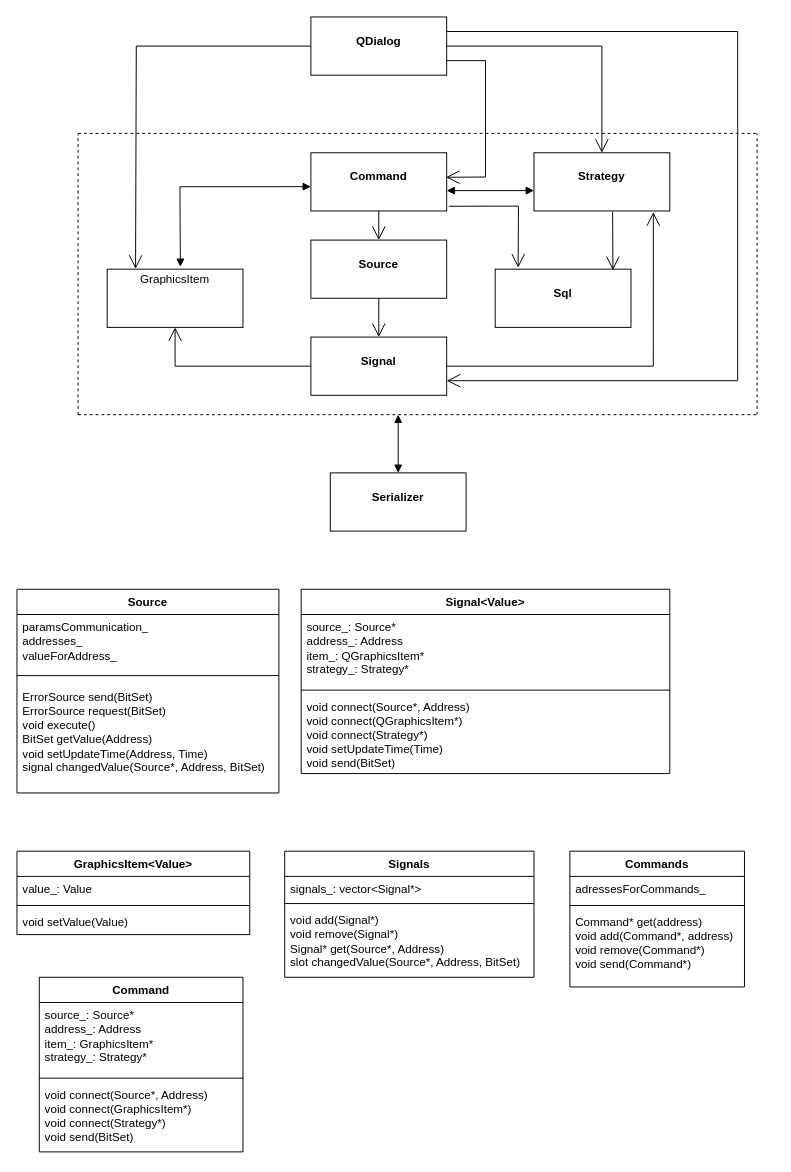
Before: Total structure.drawio in AleksandrMuratov/ScadaMAS, a draw.io diagram. Source tidied: cells renumbered, new cells numbered last; positions are measured from the earlier drawing's top-left corner, leaving out a move shared by most shapes. Both pictures are drawn from the tidied source at 97%, with x=0, y=0 at pixel (16, 16).
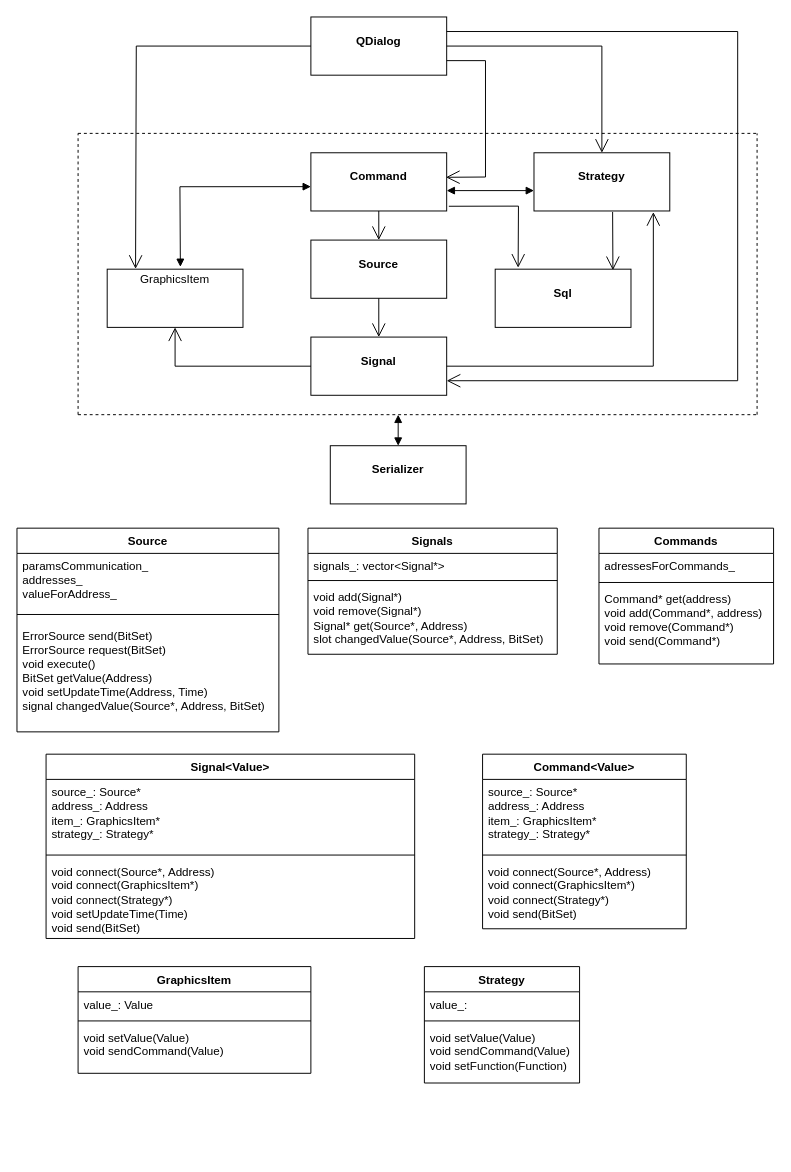
After the change.

Change to the diagram source:
```diff
@@
     <mxCell id="24" value="&lt;p style=&quot;margin:0px;margin-top:4px;text-align:center;&quot;&gt;&lt;br&gt;&lt;b&gt;Serializer&lt;/b&gt;&lt;/p&gt;" style="verticalAlign=top;align=left;overflow=fill;html=1;whiteSpace=wrap;" parent="1" vertex="1">
-      <mxGeometry x="323" y="470" width="140" height="60" as="geometry" />
+      <mxGeometry x="323" y="442" width="140" height="60" as="geometry" />
     </mxCell>
@@
     <mxCell id="27" value="Source" style="swimlane;fontStyle=1;align=center;verticalAlign=top;horizontal=1;startSize=26;whiteSpace=wrap;html=1;" parent="1" vertex="1">
-      <mxGeometry y="590" width="270" height="210" as="geometry" />
+      <mxGeometry y="527" width="270" height="210" as="geometry" />
     </mxCell>
@@
-    <mxCell id="31" value="GraphicsItem&amp;lt;Value&amp;gt;" style="swimlane;fontStyle=1;align=center;verticalAlign=top;horizontal=1;startSize=26;whiteSpace=wrap;html=1;" parent="1" vertex="1">
-      <mxGeometry y="860" width="240" height="86" as="geometry" />
+    <mxCell id="31" value="GraphicsItem" style="swimlane;fontStyle=1;align=center;verticalAlign=top;horizontal=1;startSize=26;whiteSpace=wrap;html=1;" parent="1" vertex="1">
+      <mxGeometry x="63" y="979" width="240" height="110" as="geometry" />
     </mxCell>
@@
-    <mxCell id="34" value="void setValue(Value)" style="text;strokeColor=none;fillColor=none;align=left;verticalAlign=top;spacingLeft=4;spacingRight=4;overflow=hidden;whiteSpace=wrap;html=1;" parent="31" vertex="1">
-      <mxGeometry y="60" width="240" height="26" as="geometry" />
+    <mxCell id="34" value="void setValue(Value)&lt;div&gt;void sendCommand(Value)&lt;/div&gt;" style="text;strokeColor=none;fillColor=none;align=left;verticalAlign=top;spacingLeft=4;spacingRight=4;overflow=hidden;whiteSpace=wrap;html=1;" parent="31" vertex="1">
+      <mxGeometry y="60" width="240" height="50" as="geometry" />
     </mxCell>
     <mxCell id="35" value="Commands" style="swimlane;fontStyle=1;align=center;verticalAlign=top;horizontal=1;startSize=26;whiteSpace=wrap;html=1;" parent="1" vertex="1">
-      <mxGeometry x="570" y="860" width="180" height="140" as="geometry" />
+      <mxGeometry x="600" y="527" width="180" height="140" as="geometry" />
     </mxCell>
@@
     <mxCell id="39" value="Signal&amp;lt;Value&amp;gt;" style="swimlane;fontStyle=1;align=center;verticalAlign=top;horizontal=1;startSize=26;whiteSpace=wrap;html=1;" parent="1" vertex="1">
-      <mxGeometry x="293" y="590" width="380" height="190" as="geometry" />
+      <mxGeometry x="30" y="760" width="380" height="190" as="geometry" />
     </mxCell>
-    <mxCell id="40" value="source_: Source*&lt;div&gt;address_: Address&lt;/div&gt;&lt;div&gt;item_: QGraphicsItem*&lt;/div&gt;&lt;div&gt;strategy_: Strategy*&lt;/div&gt;" style="text;strokeColor=none;fillColor=none;align=left;verticalAlign=top;spacingLeft=4;spacingRight=4;overflow=hidden;whiteSpace=wrap;html=1;" parent="39" vertex="1">
+    <mxCell id="40" value="source_: Source*&lt;div&gt;address_: Address&lt;/div&gt;&lt;div&gt;item_: GraphicsItem*&lt;/div&gt;&lt;div&gt;strategy_: Strategy*&lt;/div&gt;" style="text;strokeColor=none;fillColor=none;align=left;verticalAlign=top;spacingLeft=4;spacingRight=4;overflow=hidden;whiteSpace=wrap;html=1;" parent="39" vertex="1">
       <mxGeometry y="26" width="380" height="74" as="geometry" />
     </mxCell>
@@
-    <mxCell id="42" value="void connect(Source*, Address)&lt;div&gt;void connect(QGraphicsItem*)&lt;/div&gt;&lt;div&gt;void connect(Strategy*)&lt;/div&gt;&lt;div&gt;void setUpdateTime(Time)&lt;/div&gt;&lt;div&gt;void send(BitSet)&lt;/div&gt;" style="text;strokeColor=none;fillColor=none;align=left;verticalAlign=top;spacingLeft=4;spacingRight=4;overflow=hidden;whiteSpace=wrap;html=1;" parent="39" vertex="1">
+    <mxCell id="42" value="void connect(Source*, Address)&lt;div&gt;void connect(GraphicsItem*)&lt;/div&gt;&lt;div&gt;void connect(Strategy*)&lt;/div&gt;&lt;div&gt;void setUpdateTime(Time)&lt;/div&gt;&lt;div&gt;void send(BitSet)&lt;/div&gt;" style="text;strokeColor=none;fillColor=none;align=left;verticalAlign=top;spacingLeft=4;spacingRight=4;overflow=hidden;whiteSpace=wrap;html=1;" parent="39" vertex="1">
       <mxGeometry y="108" width="380" height="82" as="geometry" />
     </mxCell>
     <mxCell id="43" value="Signals" style="swimlane;fontStyle=1;align=center;verticalAlign=top;horizontal=1;startSize=26;whiteSpace=wrap;html=1;" parent="1" vertex="1">
-      <mxGeometry x="276" y="860" width="257" height="130" as="geometry" />
+      <mxGeometry x="300" y="527" width="257" height="130" as="geometry" />
     </mxCell>
@@
-    <mxCell id="47" value="Command" style="swimlane;fontStyle=1;align=center;verticalAlign=top;horizontal=1;startSize=26;whiteSpace=wrap;html=1;" parent="1" vertex="1">
-      <mxGeometry x="23" y="990" width="210" height="180" as="geometry" />
+    <mxCell id="47" value="Command&amp;lt;Value&amp;gt;" style="swimlane;fontStyle=1;align=center;verticalAlign=top;horizontal=1;startSize=26;whiteSpace=wrap;html=1;" parent="1" vertex="1">
+      <mxGeometry x="480" y="760" width="210" height="180" as="geometry" />
     </mxCell>
@@
+    <mxCell id="51" value="Strategy" style="swimlane;fontStyle=1;align=center;verticalAlign=top;horizontal=1;startSize=26;whiteSpace=wrap;html=1;" parent="1" vertex="1">
+      <mxGeometry x="420" y="979" width="160" height="120" as="geometry" />
+    </mxCell>
+    <mxCell id="52" value="value_:" style="text;strokeColor=none;fillColor=none;align=left;verticalAlign=top;spacingLeft=4;spacingRight=4;overflow=hidden;whiteSpace=wrap;html=1;" parent="51" vertex="1">
+      <mxGeometry y="26" width="160" height="26" as="geometry" />
+    </mxCell>
+    <mxCell id="53" style="line;strokeWidth=1;fillColor=none;align=left;verticalAlign=middle;spacingTop=-1;spacingLeft=3;spacingRight=3;labelPosition=right;strokeColor=inherit;" parent="51" vertex="1">
+      <mxGeometry y="52" width="160" height="8" as="geometry" />
+    </mxCell>
+    <mxCell id="54" value="void setValue(Value)&lt;div&gt;void sendCommand(Value)&lt;/div&gt;&lt;div&gt;void setFunction(Function)&lt;/div&gt;" style="text;strokeColor=none;fillColor=none;align=left;verticalAlign=top;spacingLeft=4;spacingRight=4;overflow=hidden;whiteSpace=wrap;html=1;" parent="51" vertex="1">
+      <mxGeometry y="60" width="160" height="60" as="geometry" />
+    </mxCell>
```
